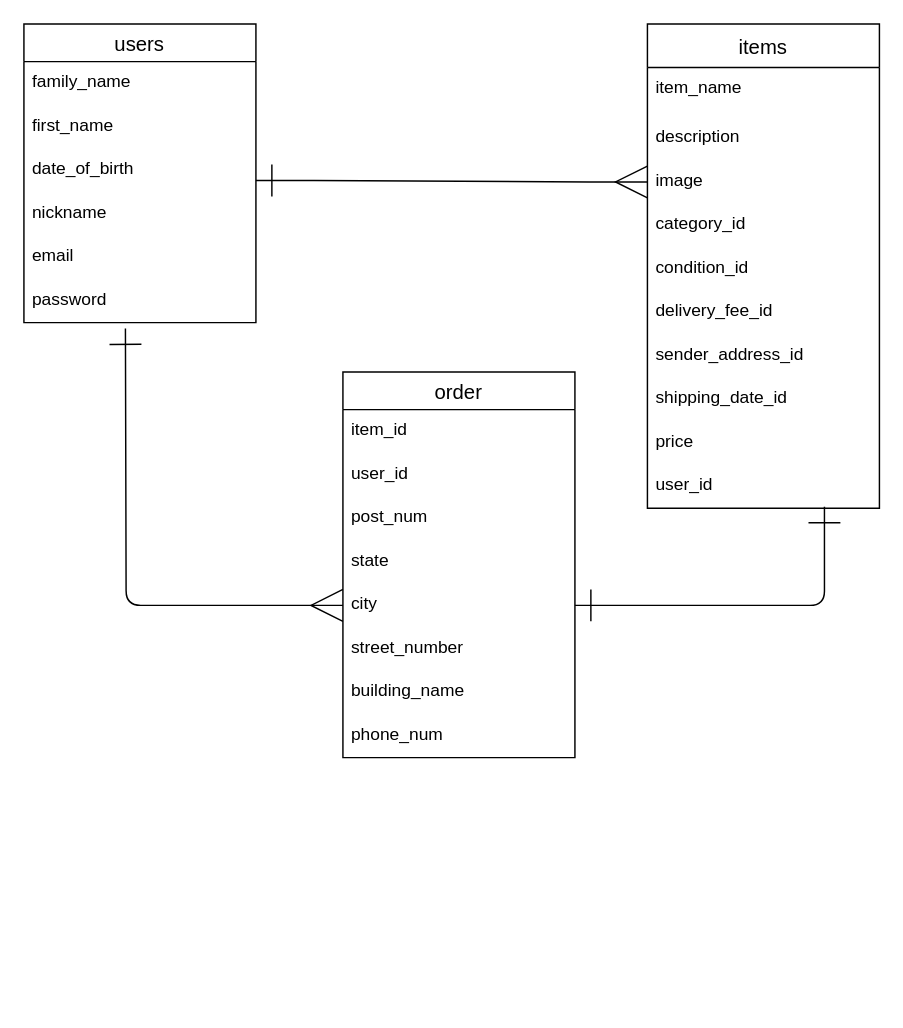
kawabataY/furima-39403 keeps this draw.io diagram as ER.dio. Above is the earlier version. Source tidied: cells renumbered, new cells numbered last; positions are measured from the earlier drawing's top-left corner, leaving out a move shared by most shapes. Both pictures are drawn from the tidied source at 145%, with x=0, y=0 at pixel (23, 23).
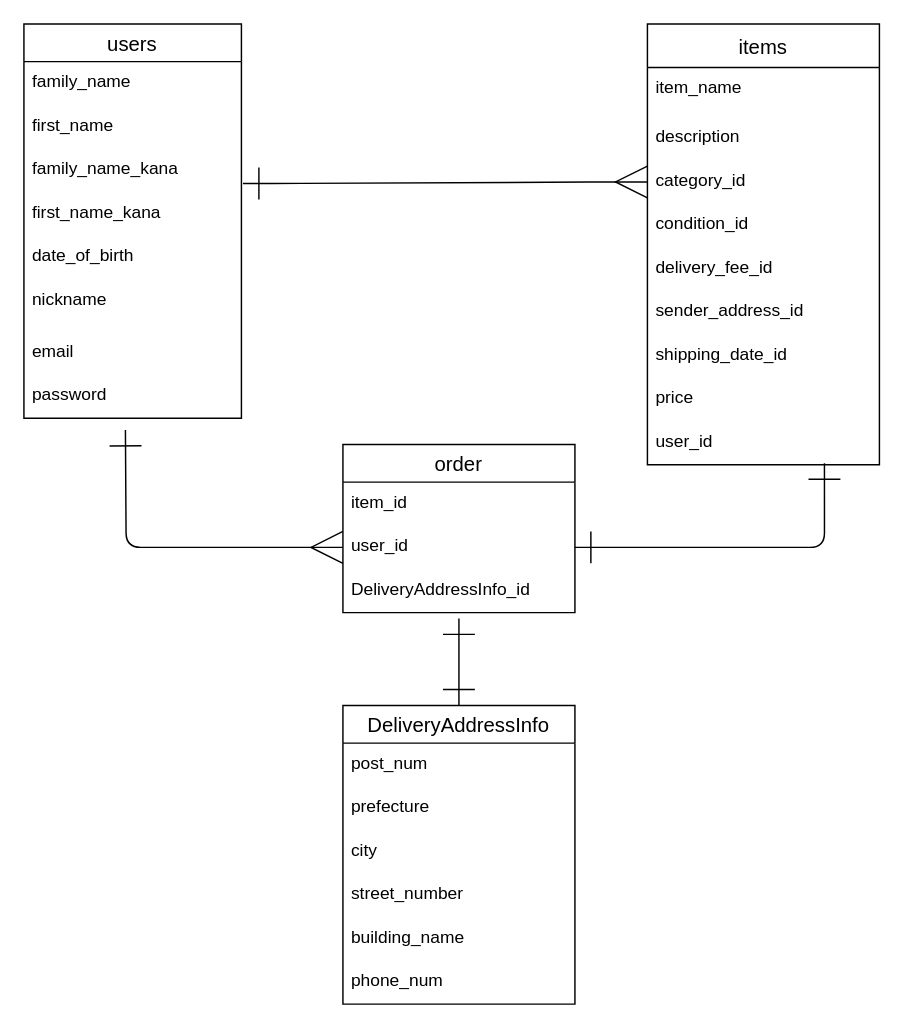
Above is the later version.

Commit message (it also covers changes not shown here):
データベース設計修正_1

The change refers to these unchanged cells:
```xml
<mxCell id="22" value="user_id" style="text;strokeColor=none;fillColor=none;spacingLeft=4;spacingRight=4;overflow=hidden;points=[[0,0.5],[1,0.5]];portConstraint=eastwest;fontSize=12;" parent="20" vertex="1">
  <mxGeometry y="56" width="160" height="30" as="geometry" />
</mxCell>
```

Diff of the diagram source:
```diff
@@
     <mxCell id="2" value="users" style="swimlane;fontStyle=0;horizontal=1;startSize=26;align=center;fontSize=14;" parent="1" vertex="1">
-      <mxGeometry width="160" height="206" as="geometry" />
+      <mxGeometry width="150" height="272" as="geometry" />
     </mxCell>
     <mxCell id="3" value="family_name" style="text;strokeColor=none;fillColor=none;spacingLeft=4;spacingRight=4;overflow=hidden;fontSize=12;" parent="2" vertex="1">
-      <mxGeometry y="26" width="160" height="30" as="geometry" />
+      <mxGeometry y="26" width="150" height="30" as="geometry" />
     </mxCell>
     <mxCell id="4" value="first_name" style="text;strokeColor=none;fillColor=none;spacingLeft=4;spacingRight=4;overflow=hidden;fontSize=12;" parent="2" vertex="1">
-      <mxGeometry y="56" width="160" height="30" as="geometry" />
+      <mxGeometry y="56" width="150" height="30" as="geometry" />
     </mxCell>
+    <mxCell id="32" value="family_name_kana" style="text;strokeColor=none;fillColor=none;spacingLeft=4;spacingRight=4;overflow=hidden;points=[[0,0.5],[1,0.5]];portConstraint=eastwest;fontSize=12;" parent="2" vertex="1">
+      <mxGeometry y="86" width="150" height="30" as="geometry" />
+    </mxCell>
+    <mxCell id="33" value="first_name_kana" style="text;strokeColor=none;fillColor=none;spacingLeft=4;spacingRight=4;overflow=hidden;fontSize=12;" parent="2" vertex="1">
+      <mxGeometry y="116" width="150" height="30" as="geometry" />
+    </mxCell>
     <mxCell id="5" value="date_of_birth" style="text;strokeColor=none;fillColor=none;spacingLeft=4;spacingRight=4;overflow=hidden;points=[[0,0.5],[1,0.5]];portConstraint=eastwest;fontSize=12;" parent="2" vertex="1">
-      <mxGeometry y="86" width="160" height="30" as="geometry" />
+      <mxGeometry y="146" width="150" height="30" as="geometry" />
     </mxCell>
     <mxCell id="6" value="nickname" style="text;strokeColor=none;fillColor=none;spacingLeft=4;spacingRight=4;overflow=hidden;fontSize=12;" parent="2" vertex="1">
-      <mxGeometry y="116" width="160" height="30" as="geometry" />
+      <mxGeometry y="176" width="150" height="36" as="geometry" />
     </mxCell>
     <mxCell id="7" value="email" style="text;strokeColor=none;fillColor=none;spacingLeft=4;spacingRight=4;overflow=hidden;fontSize=12;" parent="2" vertex="1">
-      <mxGeometry y="146" width="160" height="30" as="geometry" />
+      <mxGeometry y="212" width="150" height="30" as="geometry" />
     </mxCell>
     <mxCell id="8" value="password" style="text;strokeColor=none;fillColor=none;spacingLeft=4;spacingRight=4;overflow=hidden;fontSize=12;" parent="2" vertex="1">
-      <mxGeometry y="176" width="160" height="30" as="geometry" />
+      <mxGeometry y="242" width="150" height="30" as="geometry" />
     </mxCell>
     <mxCell id="9" value="items" style="swimlane;fontStyle=0;horizontal=1;startSize=30;align=center;fontSize=14;" parent="1" vertex="1">
-      <mxGeometry x="430" width="160" height="334" as="geometry" />
+      <mxGeometry x="430" width="160" height="304" as="geometry" />
     </mxCell>
@@
-    <mxCell id="12" value="image" style="text;strokeColor=none;fillColor=none;spacingLeft=4;spacingRight=4;overflow=hidden;points=[[0,0.5],[1,0.5]];portConstraint=eastwest;fontSize=12;" parent="9" vertex="1">
-      <mxGeometry y="94" width="160" height="30" as="geometry" />
-    </mxCell>
     <mxCell id="13" value="category_id" style="text;strokeColor=none;fillColor=none;spacingLeft=4;spacingRight=4;overflow=hidden;fontSize=12;" parent="9" vertex="1">
-      <mxGeometry y="124" width="160" height="30" as="geometry" />
+      <mxGeometry y="94" width="160" height="30" as="geometry" />
     </mxCell>
     <mxCell id="14" value="condition_id" style="text;strokeColor=none;fillColor=none;spacingLeft=4;spacingRight=4;overflow=hidden;fontSize=12;" parent="9" vertex="1">
-      <mxGeometry y="154" width="160" height="30" as="geometry" />
+      <mxGeometry y="124" width="160" height="30" as="geometry" />
     </mxCell>
     <mxCell id="15" value="delivery_fee_id" style="text;strokeColor=none;fillColor=none;spacingLeft=4;spacingRight=4;overflow=hidden;fontSize=12;" parent="9" vertex="1">
-      <mxGeometry y="184" width="160" height="30" as="geometry" />
+      <mxGeometry y="154" width="160" height="30" as="geometry" />
     </mxCell>
     <mxCell id="16" value="sender_address_id" style="text;strokeColor=none;fillColor=none;spacingLeft=4;spacingRight=4;overflow=hidden;fontSize=12;" parent="9" vertex="1">
-      <mxGeometry y="214" width="160" height="30" as="geometry" />
+      <mxGeometry y="184" width="160" height="30" as="geometry" />
     </mxCell>
     <mxCell id="17" value="shipping_date_id" style="text;strokeColor=none;fillColor=none;spacingLeft=4;spacingRight=4;overflow=hidden;fontSize=12;" parent="9" vertex="1">
-      <mxGeometry y="244" width="160" height="30" as="geometry" />
+      <mxGeometry y="214" width="160" height="30" as="geometry" />
     </mxCell>
     <mxCell id="18" value="price" style="text;strokeColor=none;fillColor=none;spacingLeft=4;spacingRight=4;overflow=hidden;fontSize=12;" parent="9" vertex="1">
-      <mxGeometry y="274" width="160" height="30" as="geometry" />
+      <mxGeometry y="244" width="160" height="30" as="geometry" />
     </mxCell>
     <mxCell id="19" value="user_id" style="text;strokeColor=none;fillColor=none;spacingLeft=4;spacingRight=4;overflow=hidden;points=[[0,0.5],[1,0.5]];portConstraint=eastwest;fontSize=12;" parent="9" vertex="1">
-      <mxGeometry y="304" width="160" height="30" as="geometry" />
+      <mxGeometry y="274" width="160" height="30" as="geometry" />
     </mxCell>
     <mxCell id="20" value="order" style="swimlane;fontStyle=0;horizontal=1;startSize=26;align=center;fontSize=14;" parent="1" vertex="1">
-      <mxGeometry x="220" y="240" width="160" height="266" as="geometry" />
+      <mxGeometry x="220" y="290" width="160" height="116" as="geometry" />
     </mxCell>
@@
+    <mxCell id="34" value="DeliveryAddressInfo_id" style="text;strokeColor=none;fillColor=none;spacingLeft=4;spacingRight=4;overflow=hidden;fontSize=12;" parent="20" vertex="1">
+      <mxGeometry y="86" width="160" height="30" as="geometry" />
+    </mxCell>
+    <mxCell id="29" style="edgeStyle=entityRelationEdgeStyle;fontSize=12;html=1;endArrow=ERmany;entryX=0;entryY=0.5;entryDx=0;entryDy=0;endFill=0;startArrow=ERone;startFill=0;strokeWidth=1;endSize=20;startSize=20;exitX=1.007;exitY=0.8;exitDx=0;exitDy=0;exitPerimeter=0;" parent="1" edge="1" source="32">
+      <mxGeometry relative="1" as="geometry">
+        <mxPoint x="430" y="109" as="targetPoint" />
+      </mxGeometry>
+    </mxCell>
+    <mxCell id="30" style="edgeStyle=orthogonalEdgeStyle;html=1;strokeWidth=1;startArrow=ERmany;startFill=0;endArrow=ERone;endFill=0;startSize=20;endSize=20;exitX=0;exitY=0.5;exitDx=0;exitDy=0;" parent="1" edge="1" source="22">
+      <mxGeometry relative="1" as="geometry">
+        <mxPoint x="70" y="280" as="targetPoint" />
+      </mxGeometry>
+    </mxCell>
+    <mxCell id="31" style="edgeStyle=orthogonalEdgeStyle;html=1;exitX=1;exitY=0.5;exitDx=0;exitDy=0;entryX=0.763;entryY=0.967;entryDx=0;entryDy=0;entryPerimeter=0;strokeWidth=1;startArrow=ERone;startFill=0;endArrow=ERone;endFill=0;startSize=20;endSize=20;" parent="1" edge="1" source="22" target="19">
+      <mxGeometry relative="1" as="geometry" />
+    </mxCell>
+    <mxCell id="35" style="edgeStyle=orthogonalEdgeStyle;html=1;exitX=0.5;exitY=0;exitDx=0;exitDy=0;strokeWidth=1;startArrow=ERone;startFill=0;endArrow=ERone;endFill=0;startSize=20;endSize=20;" parent="1" edge="1" source="36">
+      <mxGeometry relative="1" as="geometry">
+        <mxPoint x="300" y="410" as="targetPoint" />
+      </mxGeometry>
+    </mxCell>
+    <mxCell id="36" value="DeliveryAddressInfo" style="swimlane;fontStyle=0;horizontal=1;startSize=26;align=center;fontSize=14;" parent="1" vertex="1">
+      <mxGeometry x="220" y="470" width="160" height="206" as="geometry" />
+    </mxCell>
-    <mxCell id="23" value="post_num" style="text;strokeColor=none;fillColor=none;spacingLeft=4;spacingRight=4;overflow=hidden;fontSize=12;" parent="20" vertex="1">
-      <mxGeometry y="86" width="160" height="30" as="geometry" />
+    <mxCell id="23" value="post_num" style="text;strokeColor=none;fillColor=none;spacingLeft=4;spacingRight=4;overflow=hidden;fontSize=12;" parent="36" vertex="1">
+      <mxGeometry y="26" width="160" height="30" as="geometry" />
     </mxCell>
-    <mxCell id="24" value="state&#10;" style="text;strokeColor=none;fillColor=none;spacingLeft=4;spacingRight=4;overflow=hidden;fontSize=12;" parent="20" vertex="1">
-      <mxGeometry y="116" width="160" height="30" as="geometry" />
-    </mxCell>
+    <mxCell id="37" value="prefecture" style="text;strokeColor=none;fillColor=none;spacingLeft=4;spacingRight=4;overflow=hidden;fontSize=12;" parent="36" vertex="1">
+      <mxGeometry y="56" width="160" height="30" as="geometry" />
+    </mxCell>
-    <mxCell id="25" value="city" style="text;strokeColor=none;fillColor=none;spacingLeft=4;spacingRight=4;overflow=hidden;points=[[0,0.5],[1,0.5]];portConstraint=eastwest;fontSize=12;" parent="20" vertex="1">
-      <mxGeometry y="146" width="160" height="30" as="geometry" />
+    <mxCell id="25" value="city" style="text;strokeColor=none;fillColor=none;spacingLeft=4;spacingRight=4;overflow=hidden;points=[[0,0.5],[1,0.5]];portConstraint=eastwest;fontSize=12;" parent="36" vertex="1">
+      <mxGeometry y="86" width="160" height="30" as="geometry" />
     </mxCell>
-    <mxCell id="26" value="street_number" style="text;strokeColor=none;fillColor=none;spacingLeft=4;spacingRight=4;overflow=hidden;fontSize=12;" parent="20" vertex="1">
-      <mxGeometry y="176" width="160" height="30" as="geometry" />
+    <mxCell id="26" value="street_number" style="text;strokeColor=none;fillColor=none;spacingLeft=4;spacingRight=4;overflow=hidden;fontSize=12;" parent="36" vertex="1">
+      <mxGeometry y="116" width="160" height="30" as="geometry" />
     </mxCell>
-    <mxCell id="27" value="building_name" style="text;strokeColor=none;fillColor=none;spacingLeft=4;spacingRight=4;overflow=hidden;fontSize=12;" parent="20" vertex="1">
-      <mxGeometry y="206" width="160" height="30" as="geometry" />
+    <mxCell id="27" value="building_name" style="text;strokeColor=none;fillColor=none;spacingLeft=4;spacingRight=4;overflow=hidden;fontSize=12;" parent="36" vertex="1">
+      <mxGeometry y="146" width="160" height="30" as="geometry" />
     </mxCell>
-    <mxCell id="28" value="phone_num" style="text;strokeColor=none;fillColor=none;spacingLeft=4;spacingRight=4;overflow=hidden;fontSize=12;" parent="20" vertex="1">
-      <mxGeometry y="236" width="160" height="30" as="geometry" />
+    <mxCell id="28" value="phone_num" style="text;strokeColor=none;fillColor=none;spacingLeft=4;spacingRight=4;overflow=hidden;fontSize=12;" parent="36" vertex="1">
+      <mxGeometry y="176" width="160" height="30" as="geometry" />
     </mxCell>
-    <mxCell id="29" style="edgeStyle=entityRelationEdgeStyle;fontSize=12;html=1;endArrow=ERmany;entryX=0;entryY=0.5;entryDx=0;entryDy=0;endFill=0;startArrow=ERone;startFill=0;strokeWidth=1;endSize=20;startSize=20;exitX=1;exitY=0.733;exitDx=0;exitDy=0;exitPerimeter=0;" parent="1" edge="1" source="5" target="12">
-      <mxGeometry relative="1" as="geometry" />
-    </mxCell>
-    <mxCell id="30" style="edgeStyle=orthogonalEdgeStyle;html=1;exitX=0;exitY=0.5;exitDx=0;exitDy=0;strokeWidth=1;startArrow=ERmany;startFill=0;endArrow=ERone;endFill=0;startSize=20;endSize=20;" parent="1" edge="1" source="25">
-      <mxGeometry relative="1" as="geometry">
-        <mxPoint x="70" y="210" as="targetPoint" />
-      </mxGeometry>
-    </mxCell>
-    <mxCell id="31" style="edgeStyle=orthogonalEdgeStyle;html=1;exitX=1;exitY=0.5;exitDx=0;exitDy=0;entryX=0.763;entryY=0.967;entryDx=0;entryDy=0;entryPerimeter=0;strokeWidth=1;startArrow=ERone;startFill=0;endArrow=ERone;endFill=0;startSize=20;endSize=20;" parent="1" edge="1" source="25" target="19">
-      <mxGeometry relative="1" as="geometry" />
-    </mxCell>
```
